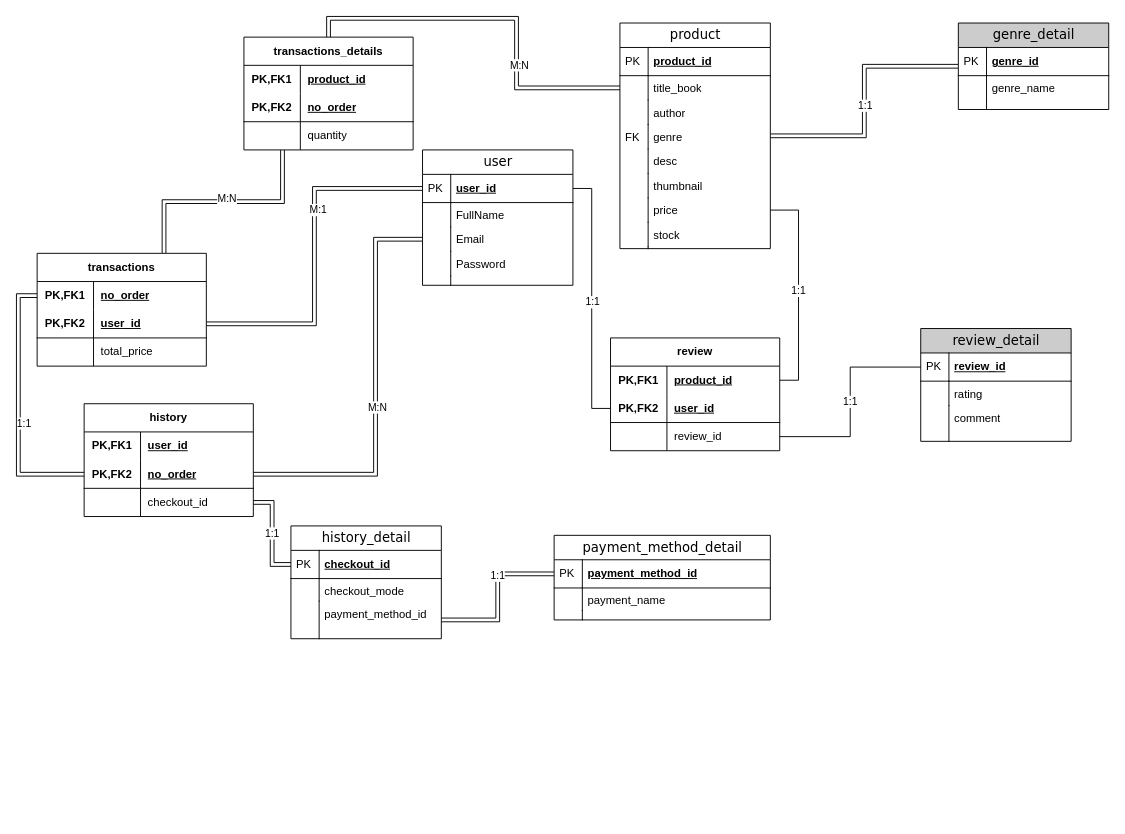
ardy-yusuf-wibawa/BE_BOOKBUZZ keeps this draw.io diagram as Copy of BookBUZZ.drawio. Above is the earlier version. Source tidied: cells renumbered, new cells numbered last; positions are measured from the earlier drawing's top-left corner, leaving out a move shared by most shapes. Both pictures are drawn from the tidied source at 94%, with x=0, y=0 at pixel (37, 23).
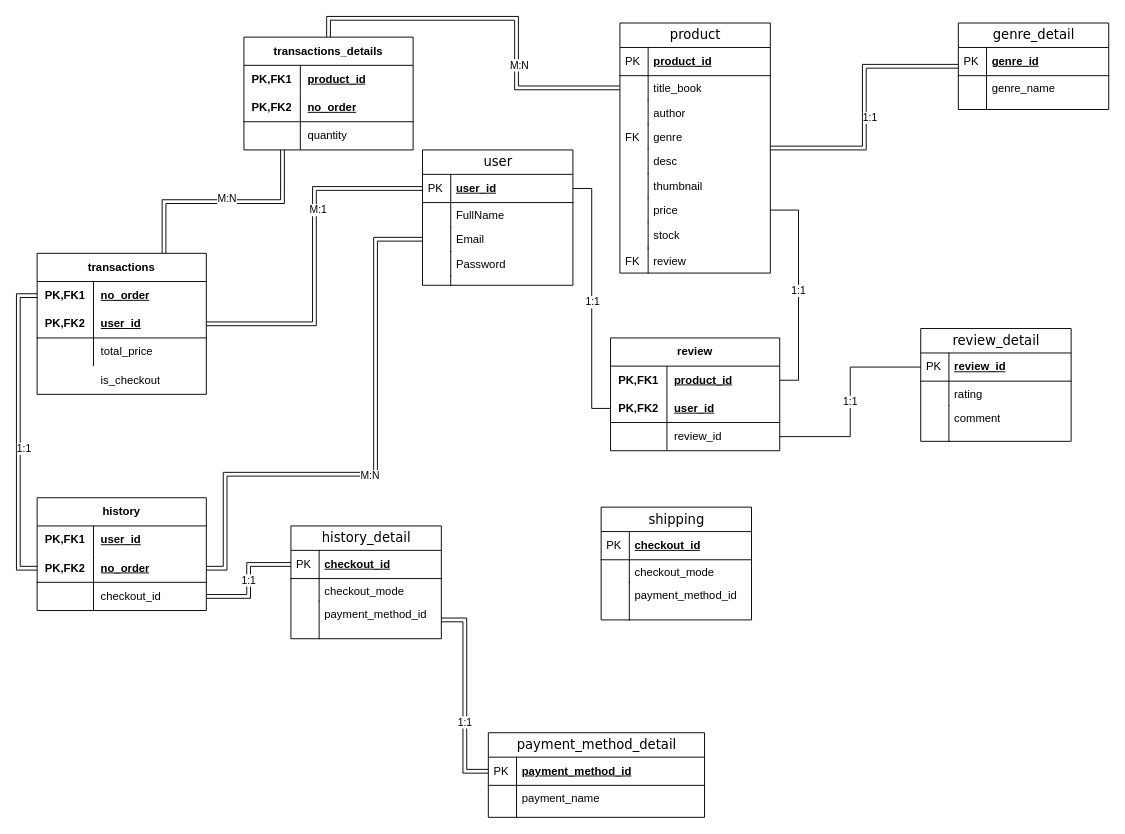
Above is the later version.

The change refers to these unchanged cells:
```xml
<mxCell id="7" value="Email" style="shape=partialRectangle;top=0;left=0;right=0;bottom=0;html=1;align=left;verticalAlign=top;fillColor=none;spacingLeft=34;spacingRight=4;whiteSpace=wrap;overflow=hidden;points=[[0,0.5],[1,0.5]];portConstraint=eastwest;" parent="2" vertex="1">
  <mxGeometry y="82" width="160" height="26" as="geometry" />
</mxCell>
<mxCell id="77" style="shape=tableRow;horizontal=0;startSize=0;swimlaneHead=0;swimlaneBody=0;fillColor=none;points=[[0,0.5],[1,0.5]];portConstraint=eastwest;top=0;left=0;right=0;bottom=1;html=1;" parent="73" vertex="1">
  <mxGeometry y="60" width="180" height="30" as="geometry" />
</mxCell>
```

Diff of the diagram source:
```diff
@@
-    <mxCell id="2" value="user" style="swimlane;html=1;fontStyle=0;horizontal=1;startSize=26;fillColor=#FFFFFF;swimlaneFillColor=#ffffff;align=center;rounded=0;shadow=0;comic=0;labelBackgroundColor=none;strokeWidth=1;fontFamily=Verdana;fontSize=14;" parent="1" vertex="1">
+    <mxCell id="2" value="user" style="swimlane;html=1;fontStyle=0;horizontal=1;startSize=26;swimlaneFillColor=#ffffff;align=center;rounded=0;shadow=0;comic=0;labelBackgroundColor=none;strokeWidth=1;fontFamily=Verdana;fontSize=14;" parent="1" vertex="1">
       <mxGeometry x="410" y="135" width="160" height="144" as="geometry" />
     </mxCell>
@@
-    <mxCell id="15" value="product" style="swimlane;html=1;fontStyle=0;horizontal=1;startSize=26;fillColor=#FFFFFF;swimlaneFillColor=#ffffff;align=center;rounded=0;shadow=0;comic=0;labelBackgroundColor=none;strokeWidth=1;fontFamily=Verdana;fontSize=14;" parent="1" vertex="1">
-      <mxGeometry x="620" width="160" height="240" as="geometry" />
+    <mxCell id="15" value="product" style="swimlane;html=1;fontStyle=0;horizontal=1;startSize=26;swimlaneFillColor=#ffffff;align=center;rounded=0;shadow=0;comic=0;labelBackgroundColor=none;strokeWidth=1;fontFamily=Verdana;fontSize=14;" parent="1" vertex="1">
+      <mxGeometry x="620" width="160" height="266" as="geometry" />
     </mxCell>
@@
+    <mxCell id="118" value="review" style="shape=partialRectangle;top=0;left=0;right=0;bottom=0;html=1;align=left;verticalAlign=top;fillColor=none;spacingLeft=34;spacingRight=4;whiteSpace=wrap;overflow=hidden;" parent="15" vertex="1">
+      <mxGeometry y="240" width="160" height="26" as="geometry" />
+    </mxCell>
+    <mxCell id="119" value="FK" style="shape=partialRectangle;top=0;left=0;bottom=0;html=1;fillColor=none;align=left;verticalAlign=top;spacingLeft=4;spacingRight=4;whiteSpace=wrap;overflow=hidden;" parent="118" vertex="1">
+      <mxGeometry width="30" height="26" as="geometry" />
+    </mxCell>
-    <mxCell id="34" value="genre_detail" style="swimlane;html=1;fontStyle=0;horizontal=1;startSize=26;fillColor=#CCCCCC;swimlaneFillColor=#ffffff;align=center;rounded=0;shadow=0;comic=0;labelBackgroundColor=none;strokeWidth=1;fontFamily=Verdana;fontSize=14;" parent="1" vertex="1">
+    <mxCell id="34" value="genre_detail" style="swimlane;html=1;fontStyle=0;horizontal=1;startSize=26;swimlaneFillColor=#ffffff;align=center;rounded=0;shadow=0;comic=0;labelBackgroundColor=none;strokeWidth=1;fontFamily=Verdana;fontSize=14;" parent="1" vertex="1">
       <mxGeometry x="980" width="160" height="92" as="geometry" />
     </mxCell>
@@
     <mxCell id="43" value="transactions" style="shape=table;startSize=30;childLayout=tableLayout;rowLines=0;fontStyle=1;align=center;html=1;whiteSpace=wrap;" parent="1" vertex="1">
-      <mxGeometry y="245" width="180" height="120" as="geometry" />
+      <mxGeometry y="245" width="180" height="150" as="geometry" />
     </mxCell>
@@
     <mxCell id="73" value="history" style="shape=table;startSize=30;childLayout=tableLayout;rowLines=0;fontStyle=1;align=center;html=1;whiteSpace=wrap;" parent="1" vertex="1">
-      <mxGeometry x="50" y="405" width="180" height="120" as="geometry" />
+      <mxGeometry y="505" width="180" height="120" as="geometry" />
     </mxCell>
@@
     <mxCell id="90" value="payment_method_detail" style="swimlane;html=1;fontStyle=0;horizontal=1;startSize=26;fillColor=#FFFFFF;swimlaneFillColor=#ffffff;align=center;rounded=0;shadow=0;comic=0;labelBackgroundColor=none;strokeWidth=1;fontFamily=Verdana;fontSize=14;" parent="1" vertex="1">
-      <mxGeometry x="550" y="545" width="230" height="90" as="geometry" />
+      <mxGeometry x="480" y="755" width="230" height="90" as="geometry" />
     </mxCell>
@@
-    <mxCell id="97" value="review_detail" style="swimlane;html=1;fontStyle=0;horizontal=1;startSize=26;fillColor=#CCCCCC;swimlaneFillColor=#ffffff;align=center;rounded=0;shadow=0;comic=0;labelBackgroundColor=none;strokeWidth=1;fontFamily=Verdana;fontSize=14;" parent="1" vertex="1">
+    <mxCell id="97" value="review_detail" style="swimlane;html=1;fontStyle=0;horizontal=1;startSize=26;swimlaneFillColor=#ffffff;align=center;rounded=0;shadow=0;comic=0;labelBackgroundColor=none;strokeWidth=1;fontFamily=Verdana;fontSize=14;" parent="1" vertex="1">
       <mxGeometry x="940" y="325" width="160" height="120" as="geometry" />
     </mxCell>
@@
-    <mxCell id="112" style="edgeStyle=orthogonalEdgeStyle;rounded=0;jettySize=auto;html=1;exitX=0;exitY=0.5;exitDx=0;exitDy=0;entryX=1;entryY=0.5;entryDx=0;entryDy=0;shape=link;" parent="1" edge="1" source="7" target="77">
+    <mxCell id="112" style="edgeStyle=orthogonalEdgeStyle;rounded=0;jettySize=auto;html=1;exitX=0;exitY=0.5;exitDx=0;exitDy=0;shape=link;entryX=1;entryY=0.5;entryDx=0;entryDy=0;" parent="1" edge="1" source="7" target="77">
       <mxGeometry relative="1" as="geometry">
         <Array as="points">
           <mxPoint x="360" y="230" />
           <mxPoint x="360" y="480" />
+          <mxPoint x="200" y="480" />
+          <mxPoint x="200" y="580" />
         </Array>
       </mxGeometry>
     </mxCell>
@@
+    <mxCell id="120" value="shipping" style="swimlane;html=1;fontStyle=0;horizontal=1;startSize=26;fillColor=#FFFFFF;swimlaneFillColor=#ffffff;align=center;rounded=0;shadow=0;comic=0;labelBackgroundColor=none;strokeWidth=1;fontFamily=Verdana;fontSize=14;" parent="1" vertex="1">
+      <mxGeometry x="600" y="515" width="160" height="120" as="geometry" />
+    </mxCell>
+    <mxCell id="121" value="checkout_id" style="shape=partialRectangle;top=0;left=0;right=0;bottom=1;html=1;align=left;verticalAlign=middle;fillColor=none;spacingLeft=34;spacingRight=4;whiteSpace=wrap;overflow=hidden;fontStyle=5;" parent="120" vertex="1">
+      <mxGeometry y="26" width="160" height="30" as="geometry" />
+    </mxCell>
+    <mxCell id="122" value="PK" style="shape=partialRectangle;top=0;left=0;bottom=0;html=1;fillColor=none;align=left;verticalAlign=middle;spacingLeft=4;spacingRight=4;whiteSpace=wrap;overflow=hidden;" parent="121" vertex="1">
+      <mxGeometry width="30" height="30" as="geometry" />
+    </mxCell>
+    <mxCell id="123" value="checkout_mode" style="shape=partialRectangle;top=0;left=0;right=0;bottom=0;html=1;align=left;verticalAlign=top;fillColor=none;spacingLeft=34;spacingRight=4;whiteSpace=wrap;overflow=hidden;" parent="120" vertex="1">
+      <mxGeometry y="56" width="160" height="24" as="geometry" />
+    </mxCell>
+    <mxCell id="124" style="shape=partialRectangle;top=0;left=0;bottom=0;html=1;fillColor=none;align=left;verticalAlign=top;spacingLeft=4;spacingRight=4;whiteSpace=wrap;overflow=hidden;" parent="123" vertex="1">
+      <mxGeometry width="30" height="24" as="geometry" />
+    </mxCell>
+    <mxCell id="125" value="payment_method_id" style="shape=partialRectangle;top=0;left=0;right=0;bottom=0;html=1;align=left;verticalAlign=top;fillColor=none;spacingLeft=34;spacingRight=4;whiteSpace=wrap;overflow=hidden;" parent="120" vertex="1">
+      <mxGeometry y="80" width="160" height="40" as="geometry" />
+    </mxCell>
+    <mxCell id="126" style="shape=partialRectangle;top=0;left=0;bottom=0;html=1;fillColor=none;align=left;verticalAlign=top;spacingLeft=4;spacingRight=4;whiteSpace=wrap;overflow=hidden;" parent="125" vertex="1">
+      <mxGeometry width="30" height="40" as="geometry" />
+    </mxCell>
+    <mxCell id="127" style="shape=partialRectangle;fillColor=none;top=0;left=0;bottom=0;right=0;overflow=hidden;html=1;whiteSpace=wrap;" parent="1" vertex="1">
+      <mxGeometry y="365" width="60" height="30" as="geometry" />
+    </mxCell>
+    <mxCell id="128" style="shape=tableRow;horizontal=0;startSize=0;swimlaneHead=0;swimlaneBody=0;fillColor=none;top=0;left=0;right=0;bottom=0;html=1;" parent="1" vertex="1">
+      <mxGeometry y="365" width="180" height="30" as="geometry" />
+    </mxCell>
+    <mxCell id="129" style="shape=partialRectangle;fillColor=none;top=0;left=0;bottom=0;right=0;overflow=hidden;html=1;whiteSpace=wrap;" parent="128" vertex="1">
+      <mxGeometry width="60" height="30" as="geometry" />
+    </mxCell>
+    <mxCell id="130" value="is_checkout" style="shape=partialRectangle;fillColor=none;top=0;left=0;bottom=0;right=0;align=left;spacingLeft=6;overflow=hidden;html=1;whiteSpace=wrap;" parent="128" vertex="1">
+      <mxGeometry x="60" width="120" height="30" as="geometry" />
+    </mxCell>
```
